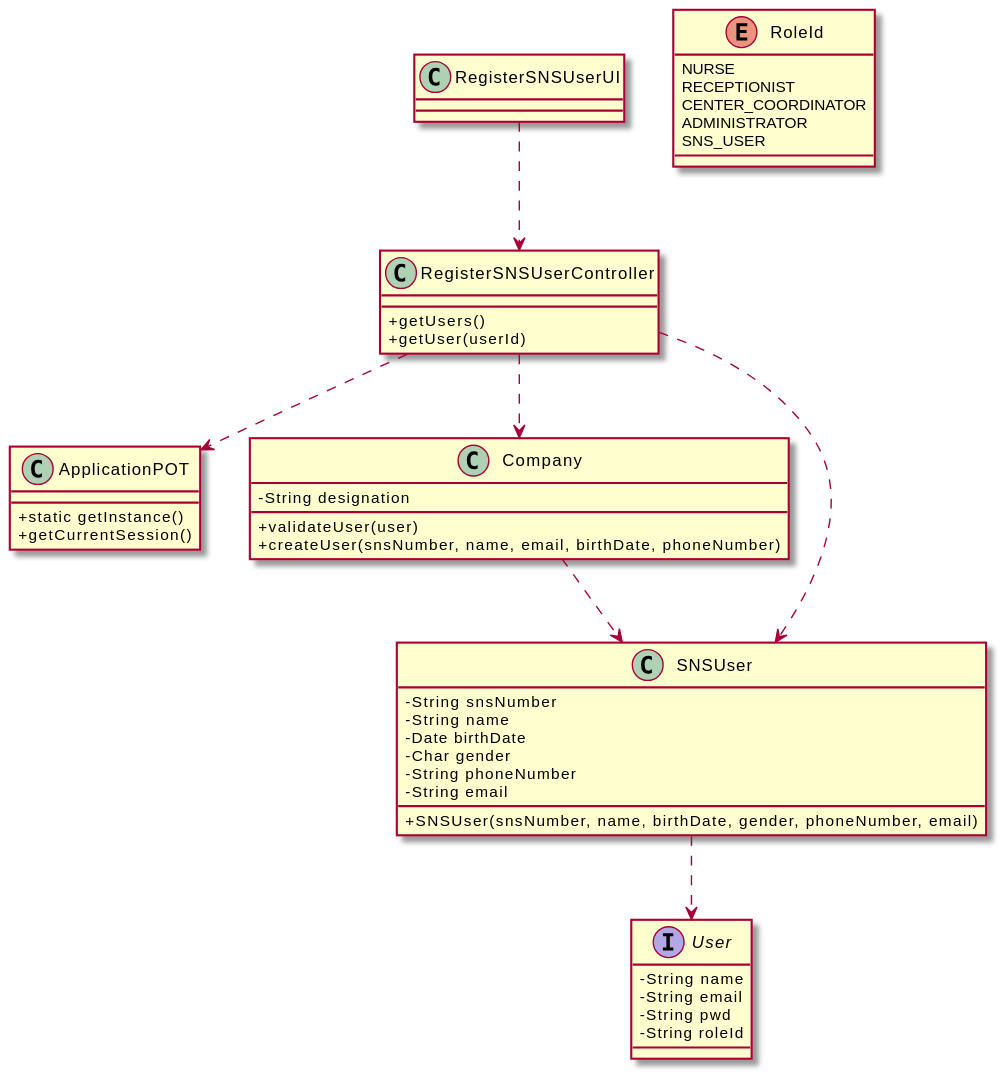
miseEnPlace-i/lapr2 keeps this PlantUML diagram as docs/SprintB/US03/CD/US03_CD.svg. Above is the earlier version.
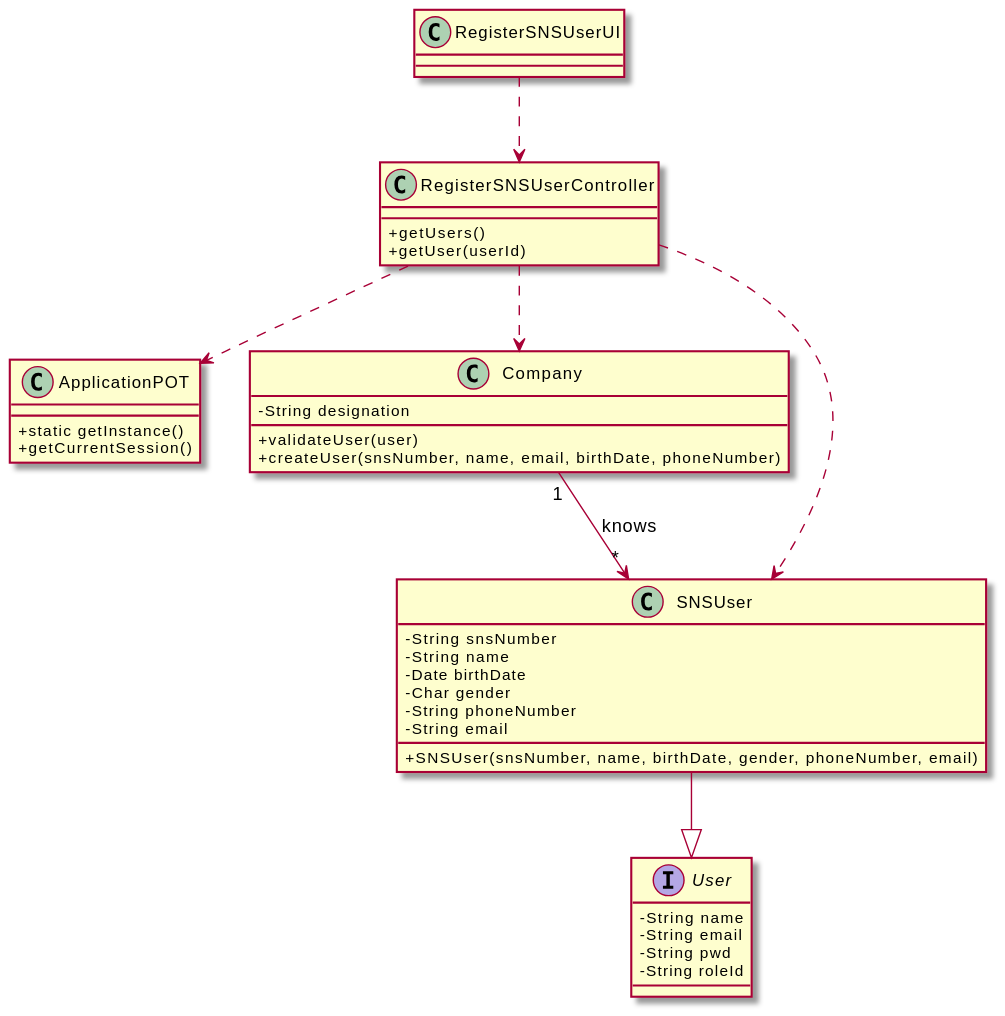
Above is the later version.

What changed in the source:
```diff
@@ -36,16 +36,8 @@
   - String roleId
 }
 
-enum RoleId {
-  NURSE
-  RECEPTIONIST
-  CENTER_COORDINATOR
-  ADMINISTRATOR
-  SNS_USER
-}
 
-
-Company ..> SNSUser
+Company "1" --> "*" SNSUser : knows
 
 RegisterSNSUserController ..> ApplicationPOT
 RegisterSNSUserController ..> Company
@@ -53,6 +45,6 @@
 
 RegisterSNSUserUI ..> RegisterSNSUserController
 
-SNSUser ..> User
+SNSUser --|> User
 
 @enduml
```
